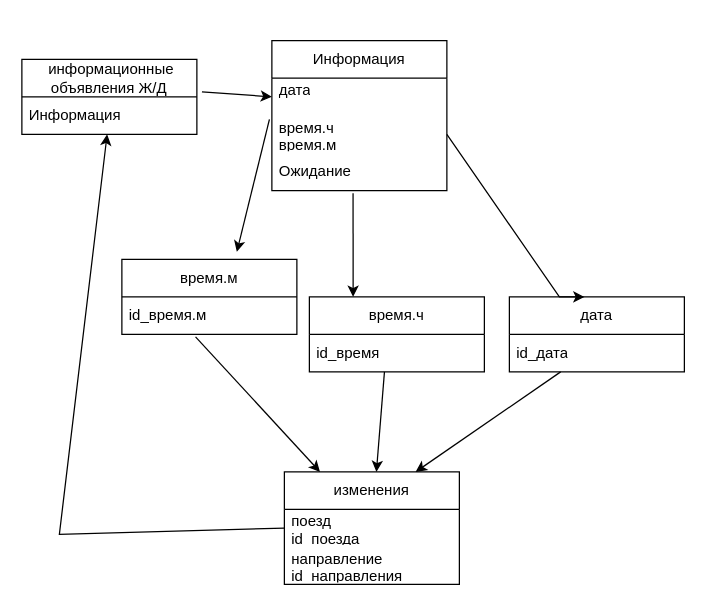
The draw.io diagram page "Страница — 9" (9 of 9) of Диаграмма без названия.drawio in Danila7926/Algoritmkukushkin, before the edit. Source tidied: cells renumbered, new cells numbered last; positions are measured from the earlier drawing's top-left corner, leaving out a move shared by most shapes. Both pictures are drawn from the tidied source at 125%, with x=0, y=0 at pixel (21, 40).
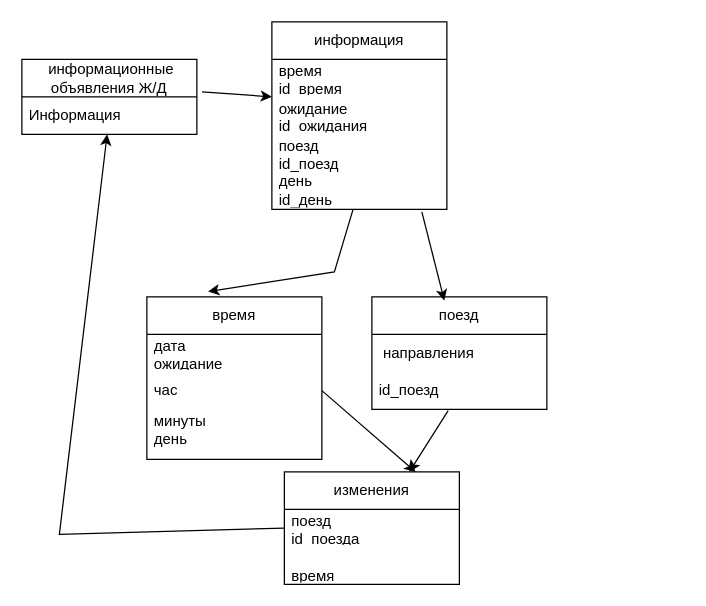
Above is the later version.

The change refers to these unchanged cells:
```xml
<mxCell id="3" value="Информация" style="text;strokeColor=none;fillColor=none;align=left;verticalAlign=middle;spacingLeft=4;spacingRight=4;overflow=hidden;points=[[0,0.5],[1,0.5]];portConstraint=eastwest;whiteSpace=wrap;html=1;" parent="2" vertex="1">
  <mxGeometry y="30" width="140" height="30" as="geometry" />
</mxCell>
<mxCell id="9" value="изменения" style="swimlane;fontStyle=0;horizontal=1;startSize=30;whiteSpace=wrap;html=1;" parent="1" vertex="1">
  <mxGeometry x="210" y="345" width="140" height="90" as="geometry" />
</mxCell>
```

What changed in the source:
```diff
@@
-    <mxCell id="4" style="endArrow=classic;html=1;rounded=0;exitX=1.029;exitY=-0.133;exitDx=0;exitDy=0;exitPerimeter=0;entryX=0;entryY=0.5;entryDx=0;entryDy=0;" parent="1" edge="1" source="3" target="6">
-      <mxGeometry relative="1" as="geometry" />
+    <mxCell id="4" style="endArrow=classic;html=1;rounded=0;exitX=1.029;exitY=-0.133;exitDx=0;exitDy=0;exitPerimeter=0;entryX=0;entryY=0.5;entryDx=0;entryDy=0;" parent="1" edge="1" source="3">
+      <mxGeometry relative="1" as="geometry">
+        <mxPoint x="200" y="45" as="targetPoint" />
+      </mxGeometry>
     </mxCell>
-    <mxCell id="5" value="Информация" style="swimlane;fontStyle=0;horizontal=1;startSize=30;whiteSpace=wrap;html=1;" parent="1" vertex="1">
-      <mxGeometry x="200" width="140" height="120" as="geometry" />
-    </mxCell>
-    <mxCell id="6" value="дата&lt;div&gt;&lt;br&gt;&lt;/div&gt;" style="text;strokeColor=none;fillColor=none;align=left;verticalAlign=middle;spacingLeft=4;spacingRight=4;overflow=hidden;points=[[0,0.5],[1,0.5]];portConstraint=eastwest;whiteSpace=wrap;html=1;" parent="5" vertex="1">
-      <mxGeometry y="30" width="140" height="30" as="geometry" />
-    </mxCell>
-    <mxCell id="7" value="время.ч&lt;div&gt;время.м&lt;/div&gt;" style="text;strokeColor=none;fillColor=none;align=left;verticalAlign=middle;spacingLeft=4;spacingRight=4;overflow=hidden;points=[[0,0.5],[1,0.5]];portConstraint=eastwest;whiteSpace=wrap;html=1;" parent="5" vertex="1">
-      <mxGeometry y="60" width="140" height="30" as="geometry" />
-    </mxCell>
-    <mxCell id="8" value="Ожидание" style="text;strokeColor=none;fillColor=none;align=left;verticalAlign=middle;spacingLeft=4;spacingRight=4;overflow=hidden;points=[[0,0.5],[1,0.5]];portConstraint=eastwest;whiteSpace=wrap;html=1;" parent="5" vertex="1">
-      <mxGeometry y="90" width="140" height="30" as="geometry" />
-    </mxCell>
@@
-    <mxCell id="11" value="направление&lt;div&gt;id_направления&lt;/div&gt;" style="text;strokeColor=none;fillColor=none;align=left;verticalAlign=middle;spacingLeft=4;spacingRight=4;overflow=hidden;whiteSpace=wrap;html=1;" parent="9" vertex="1">
+    <mxCell id="11" value="&lt;div&gt;&lt;br&gt;&lt;/div&gt;&lt;div&gt;время&lt;/div&gt;" style="text;strokeColor=none;fillColor=none;align=left;verticalAlign=middle;spacingLeft=4;spacingRight=4;overflow=hidden;whiteSpace=wrap;html=1;" parent="9" vertex="1">
       <mxGeometry y="60" width="140" height="30" as="geometry" />
     </mxCell>
-    <mxCell id="12" value="время.ч" style="swimlane;fontStyle=0;horizontal=1;startSize=30;whiteSpace=wrap;html=1;" parent="1" vertex="1">
-      <mxGeometry x="230" y="205" width="140" height="60" as="geometry" />
-    </mxCell>
-    <mxCell id="13" value="id_время" style="text;strokeColor=none;fillColor=none;align=left;verticalAlign=middle;spacingLeft=4;spacingRight=4;overflow=hidden;points=[[0,0.5],[1,0.5]];portConstraint=eastwest;whiteSpace=wrap;html=1;" parent="12" vertex="1">
-      <mxGeometry y="30" width="140" height="30" as="geometry" />
-    </mxCell>
-    <mxCell id="14" value="дата" style="swimlane;fontStyle=0;horizontal=1;startSize=30;whiteSpace=wrap;html=1;" parent="1" vertex="1">
-      <mxGeometry x="390" y="205" width="140" height="60" as="geometry" />
-    </mxCell>
-    <mxCell id="15" value="id_дата" style="text;strokeColor=none;fillColor=none;align=left;verticalAlign=middle;spacingLeft=4;spacingRight=4;overflow=hidden;points=[[0,0.5],[1,0.5]];portConstraint=eastwest;whiteSpace=wrap;html=1;" parent="14" vertex="1">
-      <mxGeometry y="30" width="140" height="30" as="geometry" />
-    </mxCell>
-    <mxCell id="16" style="endArrow=classic;html=1;rounded=0;exitX=-0.014;exitY=0.1;exitDx=0;exitDy=0;exitPerimeter=0;entryX=0.657;entryY=-0.1;entryDx=0;entryDy=0;entryPerimeter=0;" parent="1" edge="1" source="7" target="17">
-      <mxGeometry relative="1" as="geometry" />
-    </mxCell>
-    <mxCell id="17" value="время.м" style="swimlane;fontStyle=0;horizontal=1;startSize=30;whiteSpace=wrap;html=1;" parent="1" vertex="1">
-      <mxGeometry x="80" y="175" width="140" height="60" as="geometry" />
-    </mxCell>
-    <mxCell id="18" value="id_время.м" style="text;strokeColor=none;fillColor=none;align=left;verticalAlign=middle;spacingLeft=4;spacingRight=4;overflow=hidden;points=[[0,0.5],[1,0.5]];portConstraint=eastwest;whiteSpace=wrap;html=1;" parent="17" vertex="1">
-      <mxGeometry y="30" width="140" height="30" as="geometry" />
-    </mxCell>
-    <mxCell id="19" style="endArrow=classic;html=1;rounded=0;exitX=0.464;exitY=1.067;exitDx=0;exitDy=0;exitPerimeter=0;entryX=0.25;entryY=0;entryDx=0;entryDy=0;" parent="1" edge="1" source="8" target="12">
-      <mxGeometry relative="1" as="geometry" />
+    <mxCell id="19" style="endArrow=classic;html=1;rounded=0;exitX=0.464;exitY=1;exitDx=0;exitDy=0;exitPerimeter=0;entryX=0.35;entryY=-0.033;entryDx=0;entryDy=0;entryPerimeter=0;" parent="1" edge="1" source="32" target="25">
+      <mxGeometry relative="1" as="geometry">
+        <Array as="points">
+          <mxPoint x="250" y="185" />
+        </Array>
+      </mxGeometry>
     </mxCell>
-    <mxCell id="20" style="endArrow=classic;html=1;rounded=0;exitX=1;exitY=0.5;exitDx=0;exitDy=0;entryX=0.429;entryY=0;entryDx=0;entryDy=0;entryPerimeter=0;" parent="1" edge="1" source="7" target="14">
-      <mxGeometry relative="1" as="geometry">
-        <Array as="points">
-          <mxPoint x="430" y="205" />
-        </Array>
-      </mxGeometry>
-    </mxCell>
-    <mxCell id="21" style="endArrow=classic;html=1;rounded=0;exitX=0.421;exitY=1.067;exitDx=0;exitDy=0;exitPerimeter=0;" parent="1" edge="1" source="18" target="9">
-      <mxGeometry relative="1" as="geometry" />
-    </mxCell>
-    <mxCell id="22" style="endArrow=classic;html=1;rounded=0;exitX=0.429;exitY=1;exitDx=0;exitDy=0;exitPerimeter=0;" parent="1" edge="1" source="13" target="9">
-      <mxGeometry relative="1" as="geometry" />
-    </mxCell>
-    <mxCell id="23" style="endArrow=classic;html=1;rounded=0;exitX=0.293;exitY=1;exitDx=0;exitDy=0;exitPerimeter=0;entryX=0.75;entryY=0;entryDx=0;entryDy=0;" parent="1" edge="1" source="15" target="9">
+    <mxCell id="23" style="endArrow=classic;html=1;rounded=0;entryX=0.75;entryY=0;entryDx=0;entryDy=0;exitX=1;exitY=0.5;exitDx=0;exitDy=0;" parent="1" edge="1" source="27" target="9">
       <mxGeometry relative="1" as="geometry" />
     </mxCell>
@@
+    <mxCell id="25" value="время" style="swimlane;fontStyle=0;horizontal=1;startSize=30;whiteSpace=wrap;html=1;" parent="1" vertex="1">
+      <mxGeometry x="100" y="205" width="140" height="130" as="geometry" />
+    </mxCell>
+    <mxCell id="26" value="дата&lt;div&gt;ожидание&lt;/div&gt;" style="text;strokeColor=none;fillColor=none;align=left;verticalAlign=middle;spacingLeft=4;spacingRight=4;overflow=hidden;whiteSpace=wrap;html=1;" parent="25" vertex="1">
+      <mxGeometry y="30" width="140" height="30" as="geometry" />
+    </mxCell>
+    <mxCell id="27" value="час" style="text;strokeColor=none;fillColor=none;align=left;verticalAlign=middle;spacingLeft=4;spacingRight=4;overflow=hidden;points=[[0,0.5],[1,0.5]];portConstraint=eastwest;whiteSpace=wrap;html=1;" parent="25" vertex="1">
+      <mxGeometry y="60" width="140" height="30" as="geometry" />
+    </mxCell>
+    <mxCell id="28" value="минуты&lt;div&gt;день&lt;/div&gt;&lt;div&gt;&lt;br&gt;&lt;/div&gt;" style="text;strokeColor=none;fillColor=none;align=left;verticalAlign=middle;spacingLeft=4;spacingRight=4;overflow=hidden;whiteSpace=wrap;html=1;" parent="25" vertex="1">
+      <mxGeometry y="90" width="140" height="40" as="geometry" />
+    </mxCell>
+    <mxCell id="29" value="информация" style="swimlane;fontStyle=0;horizontal=1;startSize=30;whiteSpace=wrap;html=1;" parent="1" vertex="1">
+      <mxGeometry x="200" y="-15" width="140" height="150" as="geometry" />
+    </mxCell>
+    <mxCell id="30" value="время&lt;div&gt;id_время&lt;/div&gt;" style="text;strokeColor=none;fillColor=none;align=left;verticalAlign=middle;spacingLeft=4;spacingRight=4;overflow=hidden;whiteSpace=wrap;html=1;" parent="29" vertex="1">
+      <mxGeometry y="30" width="140" height="30" as="geometry" />
+    </mxCell>
+    <mxCell id="31" value="ожидание&amp;nbsp;&lt;div&gt;id_ожидания&lt;/div&gt;" style="text;strokeColor=none;fillColor=none;align=left;verticalAlign=middle;spacingLeft=4;spacingRight=4;overflow=hidden;whiteSpace=wrap;html=1;" parent="29" vertex="1">
+      <mxGeometry y="60" width="140" height="30" as="geometry" />
+    </mxCell>
+    <mxCell id="32" value="поезд&lt;div&gt;id_поезд&lt;/div&gt;&lt;div&gt;день&lt;/div&gt;&lt;div&gt;id_день&lt;/div&gt;" style="text;strokeColor=none;fillColor=none;align=left;verticalAlign=middle;spacingLeft=4;spacingRight=4;overflow=hidden;points=[[0,0.5],[1,0.5]];portConstraint=eastwest;whiteSpace=wrap;html=1;" parent="29" vertex="1">
+      <mxGeometry y="90" width="140" height="60" as="geometry" />
+    </mxCell>
+    <mxCell id="33" value="поезд" style="swimlane;fontStyle=0;horizontal=1;startSize=30;whiteSpace=wrap;html=1;" parent="1" vertex="1">
+      <mxGeometry x="280" y="205" width="140" height="90" as="geometry" />
+    </mxCell>
+    <mxCell id="34" value="&amp;nbsp;направления" style="text;strokeColor=none;fillColor=none;align=left;verticalAlign=middle;spacingLeft=4;spacingRight=4;overflow=hidden;whiteSpace=wrap;html=1;" parent="33" vertex="1">
+      <mxGeometry y="30" width="140" height="30" as="geometry" />
+    </mxCell>
+    <mxCell id="35" value="id_поезд" style="text;strokeColor=none;fillColor=none;align=left;verticalAlign=middle;spacingLeft=4;spacingRight=4;overflow=hidden;points=[[0,0.5],[1,0.5]];portConstraint=eastwest;whiteSpace=wrap;html=1;" parent="33" vertex="1">
+      <mxGeometry y="60" width="140" height="30" as="geometry" />
+    </mxCell>
+    <mxCell id="36" style="endArrow=classic;html=1;rounded=0;exitX=0.857;exitY=1.033;exitDx=0;exitDy=0;exitPerimeter=0;entryX=0.414;entryY=0.033;entryDx=0;entryDy=0;entryPerimeter=0;" parent="1" edge="1" source="32" target="33">
+      <mxGeometry relative="1" as="geometry" />
+    </mxCell>
+    <mxCell id="37" style="endArrow=classic;html=1;rounded=0;exitX=0.436;exitY=1.033;exitDx=0;exitDy=0;exitPerimeter=0;" parent="1" edge="1" source="35">
+      <mxGeometry relative="1" as="geometry">
+        <mxPoint x="310" y="345" as="targetPoint" />
+      </mxGeometry>
+    </mxCell>
```
